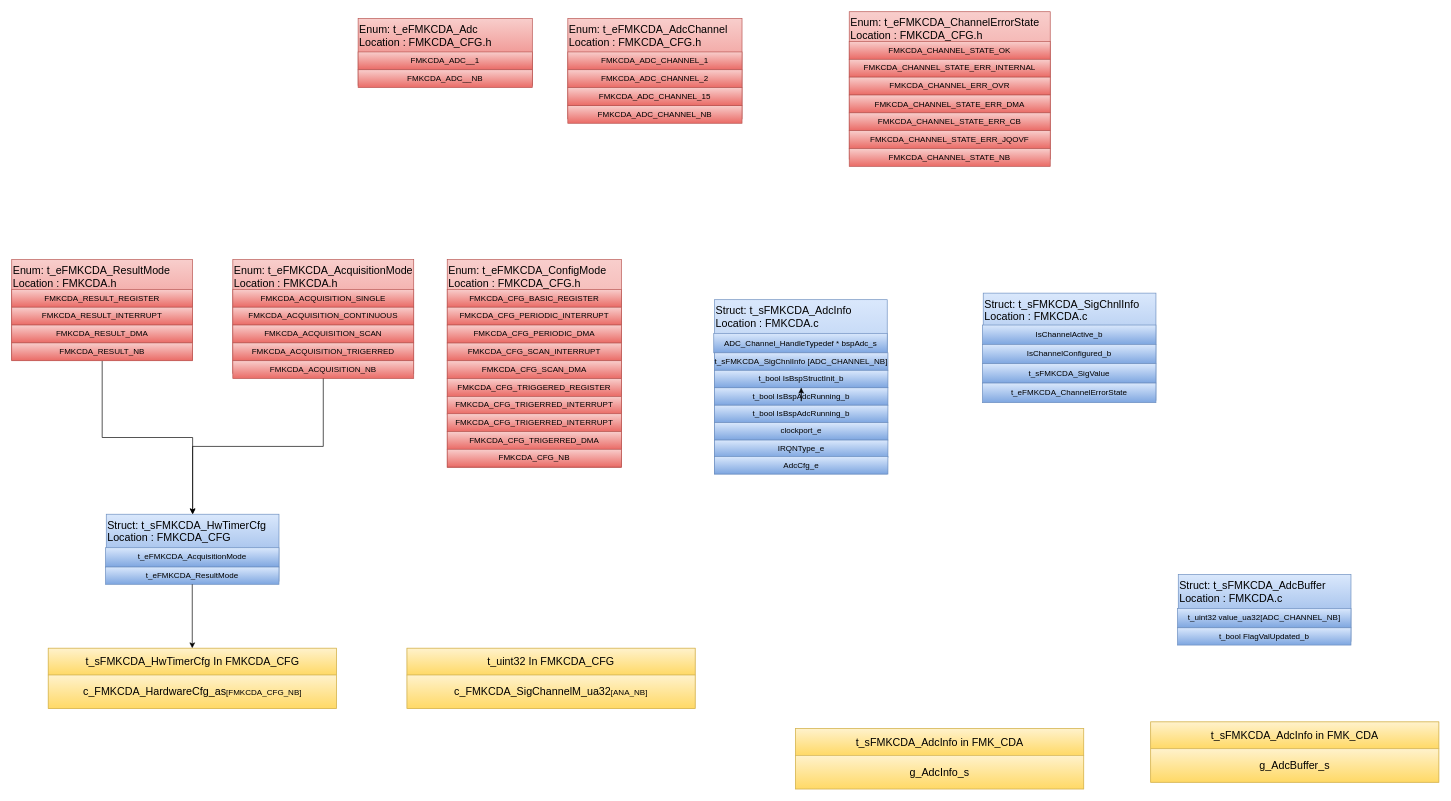
Above: page "Types" (1 of 8) of src/1_FMK/FMK_HAL/FMK_CDA/Doc/FMK_CDA.drawio in mbarbeau0545/Stm32PrjTpl (draw.io), before the change. Source tidied: cells renumbered, new cells numbered last; positions are measured from the earlier drawing's top-left corner, leaving out a move shared by most shapes. Both pictures are drawn from the tidied source at 67%, with x=0, y=0 at pixel (11, 11).
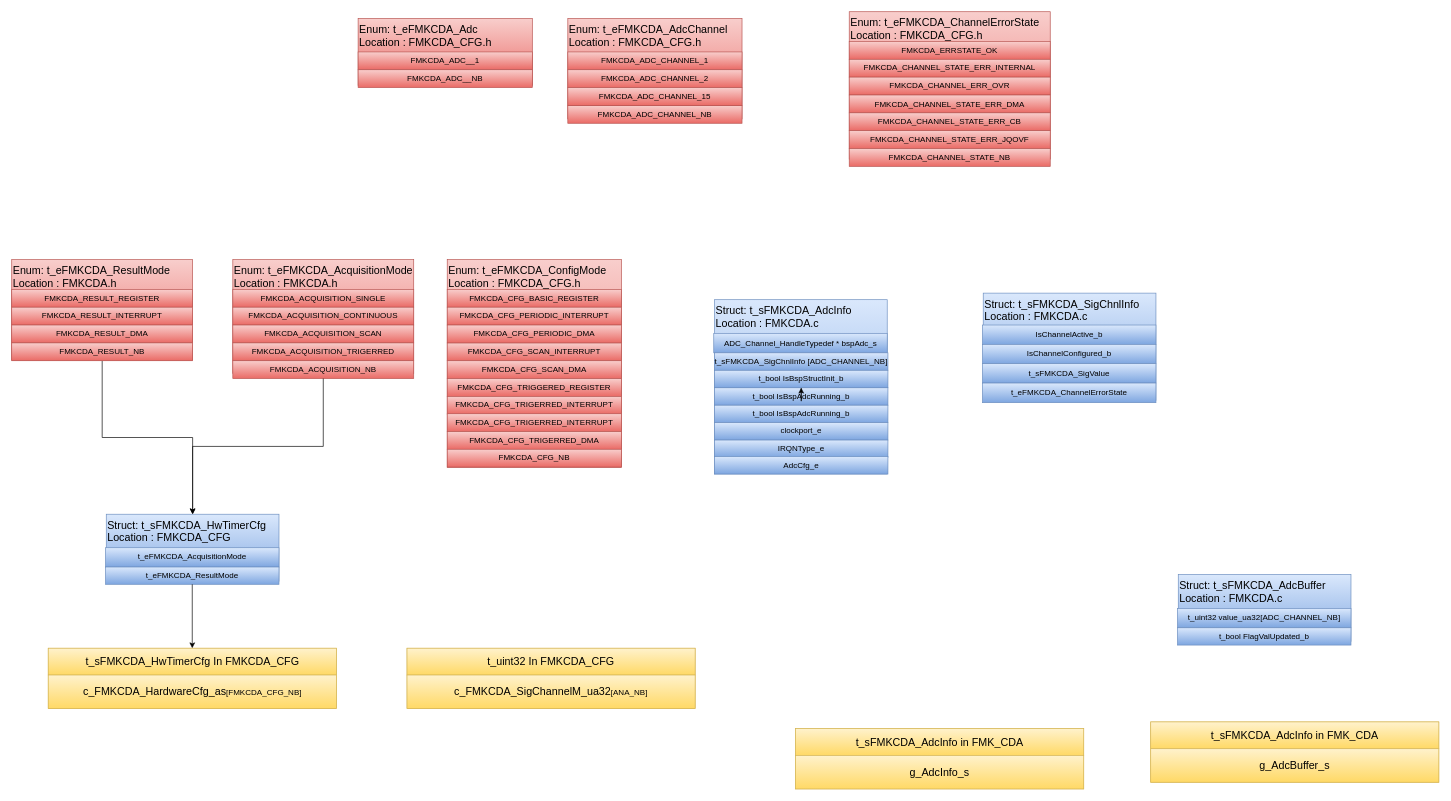
After the change.

Unchanged cells that the change refers to:
```xml
<mxCell id="41" style="group;" parent="1" vertex="1">
  <mxGeometry x="1250" width="300" height="230.8" as="geometry" />
</mxCell>
```

Diff of the diagram source:
```diff
@@
-    <mxCell id="43" value="FMKCDA_CHANNEL_STATE_OK" style="rounded=0;whiteSpace=wrap;html=1;fillColor=#f8cecc;gradientColor=#ea6b66;strokeColor=#b85450;fontColor=#000000;" parent="41" vertex="1">
+    <mxCell id="43" value="FMKCDA_ERRSTATE_OK" style="rounded=0;whiteSpace=wrap;html=1;fillColor=#f8cecc;gradientColor=#ea6b66;strokeColor=#b85450;fontColor=#000000;" parent="41" vertex="1">
       <mxGeometry y="44.4" width="300" height="26.6" as="geometry" />
     </mxCell>
```
